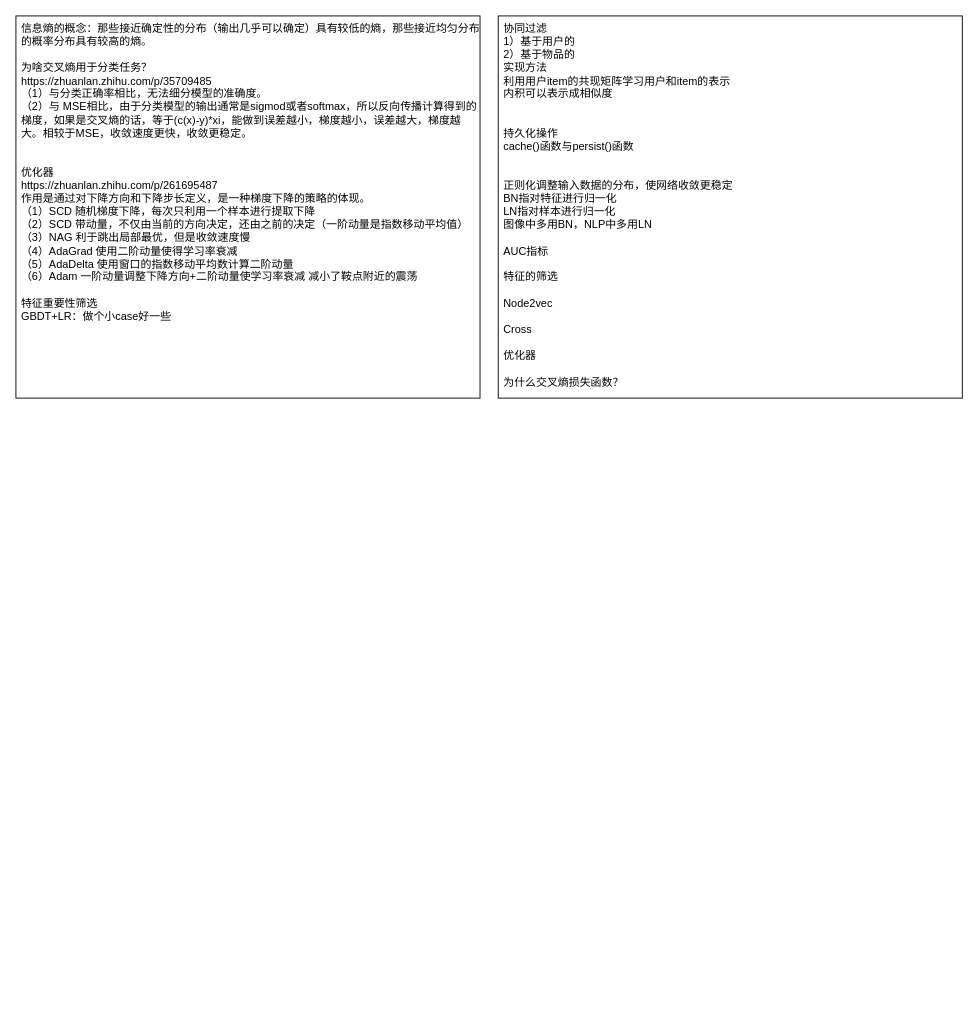
Before: 推荐八股.drawio in limpid-11/drawio, a draw.io diagram. Source tidied: cells renumbered, new cells numbered last; positions are measured from the earlier drawing's top-left corner, leaving out a move shared by most shapes. Both pictures are drawn from the tidied source at 91%, with x=0, y=0 at pixel (15, 15).
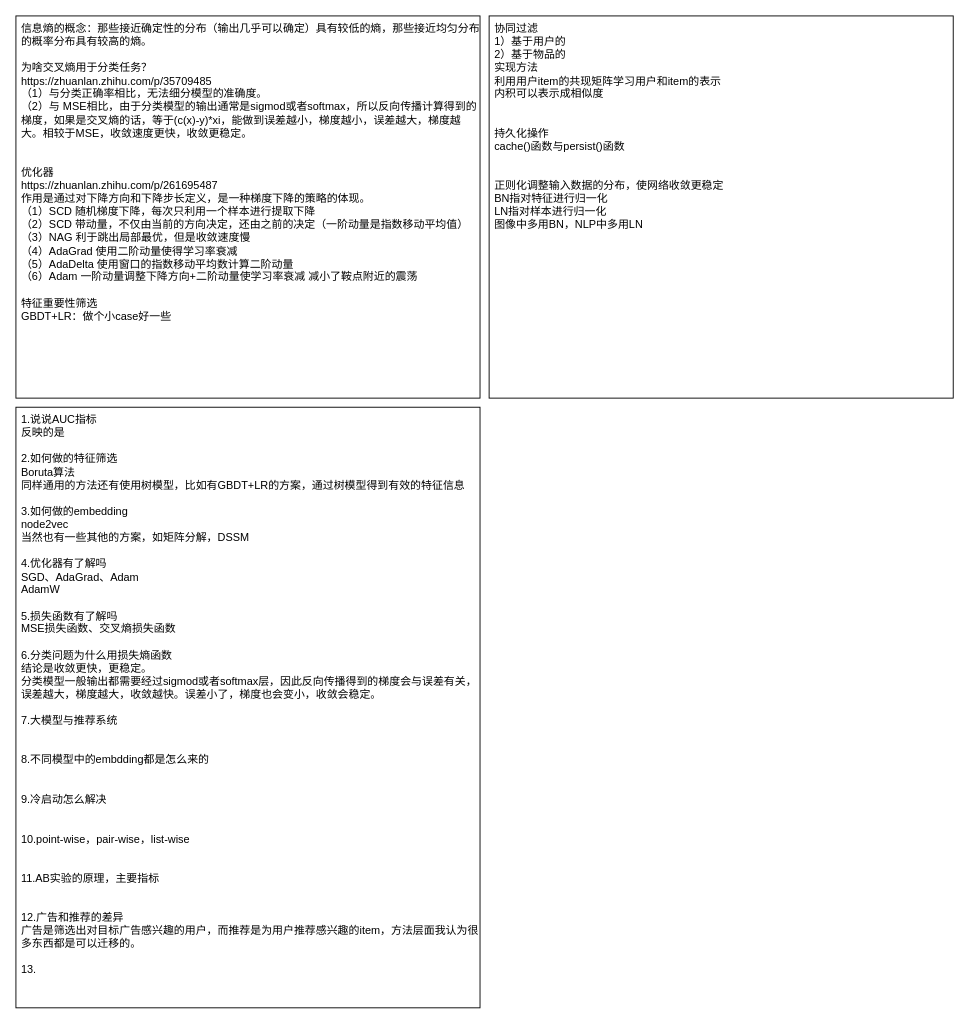
Above is the later version.

Commit message:
更新推荐八股.drawio

Change to the diagram source:
```diff
@@
 <mxGraphModel>
   <root>
     <mxCell id="0" />
     <mxCell id="1" parent="0" />
-    <mxCell id="2" value="协同过滤&lt;div&gt;1）基于用户的&lt;/div&gt;&lt;div&gt;2）基于物品的&lt;/div&gt;&lt;div&gt;实现方法&lt;/div&gt;&lt;div&gt;利用用户item的共现矩阵学习用户和item的表示&lt;/div&gt;&lt;div&gt;内积可以表示成相似度&lt;/div&gt;&lt;div&gt;&lt;br&gt;&lt;/div&gt;&lt;div&gt;&lt;br&gt;&lt;/div&gt;&lt;div&gt;持久化操作&lt;/div&gt;&lt;div&gt;cache()函数与persist()函数&lt;/div&gt;&lt;div&gt;&lt;br&gt;&lt;/div&gt;&lt;div&gt;&lt;br&gt;&lt;/div&gt;&lt;div&gt;正则化调整输入数据的分布，使网络收敛更稳定&lt;/div&gt;&lt;div&gt;BN指对特征进行归一化&lt;/div&gt;&lt;div&gt;LN指对样本进行归一化&lt;/div&gt;&lt;div&gt;图像中多用BN，NLP中多用LN&lt;/div&gt;&lt;div&gt;&lt;br&gt;&lt;/div&gt;&lt;div&gt;AUC指标&lt;/div&gt;&lt;div&gt;&lt;br&gt;&lt;/div&gt;&lt;div&gt;特征的筛选&lt;/div&gt;&lt;div&gt;&lt;br&gt;&lt;/div&gt;&lt;div&gt;Node2vec&lt;/div&gt;&lt;div&gt;&lt;br&gt;&lt;/div&gt;&lt;div&gt;Cross&lt;/div&gt;&lt;div&gt;&lt;br&gt;&lt;/div&gt;&lt;div&gt;优化器&lt;/div&gt;&lt;div&gt;&lt;br&gt;&lt;/div&gt;&lt;div&gt;为什么交叉熵损失函数？&lt;/div&gt;" style="rounded=0;whiteSpace=wrap;html=1;align=left;verticalAlign=top;spacingLeft=4;" parent="1" vertex="1">
-      <mxGeometry x="530" width="510" height="420" as="geometry" />
+    <mxCell id="2" value="协同过滤&lt;div&gt;1）基于用户的&lt;/div&gt;&lt;div&gt;2）基于物品的&lt;/div&gt;&lt;div&gt;实现方法&lt;/div&gt;&lt;div&gt;利用用户item的共现矩阵学习用户和item的表示&lt;/div&gt;&lt;div&gt;内积可以表示成相似度&lt;/div&gt;&lt;div&gt;&lt;br&gt;&lt;/div&gt;&lt;div&gt;&lt;br&gt;&lt;/div&gt;&lt;div&gt;持久化操作&lt;/div&gt;&lt;div&gt;cache()函数与persist()函数&lt;/div&gt;&lt;div&gt;&lt;br&gt;&lt;/div&gt;&lt;div&gt;&lt;br&gt;&lt;/div&gt;&lt;div&gt;正则化调整输入数据的分布，使网络收敛更稳定&lt;/div&gt;&lt;div&gt;BN指对特征进行归一化&lt;/div&gt;&lt;div&gt;LN指对样本进行归一化&lt;/div&gt;&lt;div&gt;图像中多用BN，NLP中多用LN&lt;/div&gt;&lt;div&gt;&lt;br&gt;&lt;/div&gt;" style="rounded=0;whiteSpace=wrap;html=1;align=left;verticalAlign=top;spacingLeft=4;" parent="1" vertex="1">
+      <mxGeometry x="520" width="510" height="420" as="geometry" />
     </mxCell>
     <mxCell id="3" value="&lt;div&gt;信息熵的概念：那些接近确定性的分布（输出几乎可以确定）具有较低的熵，那些接近均匀分布的概率分布具有较高的熵。&lt;/div&gt;&lt;div&gt;&lt;br&gt;&lt;/div&gt;&lt;div&gt;为啥交叉熵用于分类任务？&lt;/div&gt;&lt;div&gt;https://zhuanlan.zhihu.com/p/35709485&lt;br&gt;&lt;/div&gt;&lt;div&gt;（1）与分类正确率相比，无法细分模型的准确度。&lt;/div&gt;&lt;div&gt;（2）与 MSE相比，由于分类模型的输出通常是sigmod或者softmax，所以反向传播计算得到的梯度，如果是交叉熵的话，等于(c(x)-y)*xi，能做到误差越小，梯度越小，误差越大，梯度越大。相较于MSE，收敛速度更快，收敛更稳定。&lt;/div&gt;&lt;div&gt;&lt;br&gt;&lt;/div&gt;&lt;div&gt;&lt;br&gt;&lt;/div&gt;&lt;div&gt;优化器&lt;/div&gt;&lt;div&gt;https://zhuanlan.zhihu.com/p/261695487&lt;br&gt;&lt;/div&gt;&lt;div&gt;作用是通过对下降方向和下降步长定义，是一种梯度下降的策略的体现。&lt;/div&gt;&lt;div&gt;（1）SCD 随机梯度下降，每次只利用一个样本进行提取下降&lt;/div&gt;&lt;div&gt;（2）SCD 带动量，不仅由当前的方向决定，还由之前的决定（一阶动量是指数移动平均值）&lt;/div&gt;&lt;div&gt;（3）NAG 利于跳出局部最优，但是收敛速度慢&lt;/div&gt;&lt;div&gt;（4）AdaGrad 使用二阶动量使得学习率衰减&lt;/div&gt;&lt;div&gt;（5）AdaDelta 使用窗口的指数移动平均数计算二阶动量&lt;/div&gt;&lt;div&gt;（6）Adam 一阶动量调整下降方向+二阶动量使学习率衰减 减小了鞍点附近的震荡&lt;/div&gt;&lt;div&gt;&lt;br&gt;&lt;/div&gt;&lt;div&gt;特征重要性筛选&lt;/div&gt;&lt;div&gt;GBDT+LR：做个小case好一些&lt;/div&gt;&lt;div&gt;&lt;br&gt;&lt;/div&gt;&lt;div&gt;&lt;br&gt;&lt;/div&gt;&lt;div&gt;&lt;br&gt;&lt;/div&gt;" style="rounded=0;whiteSpace=wrap;html=1;align=left;verticalAlign=top;spacingLeft=4;" parent="1" vertex="1">
       <mxGeometry width="510" height="420" as="geometry" />
     </mxCell>
+    <mxCell id="4" value="&lt;div&gt;1.说说AUC指标&lt;/div&gt;&lt;div&gt;反映的是&lt;/div&gt;&lt;div&gt;&lt;br&gt;&lt;/div&gt;&lt;div&gt;2.如何做的特征筛选&lt;/div&gt;&lt;div&gt;Boruta算法&lt;/div&gt;&lt;div&gt;同样通用的方法还有使用树模型，比如有GBDT+LR的方案，通过树模型得到有效的特征信息&lt;/div&gt;&lt;div&gt;&lt;br&gt;&lt;/div&gt;&lt;div&gt;3.如何做的embedding&lt;/div&gt;&lt;div&gt;node2vec&lt;/div&gt;&lt;div&gt;当然也有一些其他的方案，如矩阵分解，DSSM&lt;/div&gt;&lt;div&gt;&lt;br&gt;&lt;/div&gt;&lt;div&gt;4.优化器有了解吗&lt;/div&gt;&lt;div&gt;SGD、AdaGrad、Adam&lt;/div&gt;&lt;div&gt;AdamW&lt;/div&gt;&lt;div&gt;&lt;br&gt;&lt;/div&gt;&lt;div&gt;5.损失函数有了解吗&lt;/div&gt;&lt;div&gt;MSE损失函数、交叉熵损失函数&lt;/div&gt;&lt;div&gt;&lt;br&gt;&lt;/div&gt;&lt;div&gt;6.分类问题为什么用损失熵函数&lt;/div&gt;&lt;div&gt;结论是收敛更快，更稳定。&lt;/div&gt;&lt;div&gt;分类模型一般输出都需要经过sigmod或者softmax层，因此反向传播得到的梯度会与误差有关，误差越大，梯度越大，收敛越快。误差小了，梯度也会变小，收敛会稳定。&lt;/div&gt;&lt;div&gt;&lt;br&gt;&lt;/div&gt;&lt;div&gt;7.大模型与推荐系统&lt;/div&gt;&lt;div&gt;&lt;br&gt;&lt;/div&gt;&lt;div&gt;&lt;br&gt;&lt;/div&gt;&lt;div&gt;8.不同模型中的embdding都是怎么来的&lt;/div&gt;&lt;div&gt;&lt;br&gt;&lt;/div&gt;&lt;div&gt;&lt;br&gt;&lt;/div&gt;&lt;div&gt;9.冷启动怎么解决&lt;/div&gt;&lt;div&gt;&lt;br&gt;&lt;/div&gt;&lt;div&gt;&lt;br&gt;&lt;/div&gt;&lt;div&gt;10.point-wise，pair-wise，list-wise&lt;/div&gt;&lt;div&gt;&lt;br&gt;&lt;/div&gt;&lt;div&gt;&lt;br&gt;&lt;/div&gt;&lt;div&gt;11.AB实验的原理，主要指标&lt;/div&gt;&lt;div&gt;&lt;br&gt;&lt;/div&gt;&lt;div&gt;&lt;br&gt;&lt;/div&gt;&lt;div&gt;12.广告和推荐的差异&lt;/div&gt;&lt;div&gt;广告是筛选出对目标广告感兴趣的用户，而推荐是为用户推荐感兴趣的item，方法层面我认为很多东西都是可以迁移的。&lt;/div&gt;&lt;div&gt;&lt;br&gt;&lt;/div&gt;&lt;div&gt;13.&lt;/div&gt;" style="rounded=0;whiteSpace=wrap;html=1;align=left;verticalAlign=top;spacingLeft=4;" parent="1" vertex="1">
+      <mxGeometry y="430" width="510" height="660" as="geometry" />
+    </mxCell>
   </root>
 </mxGraphModel>
```
